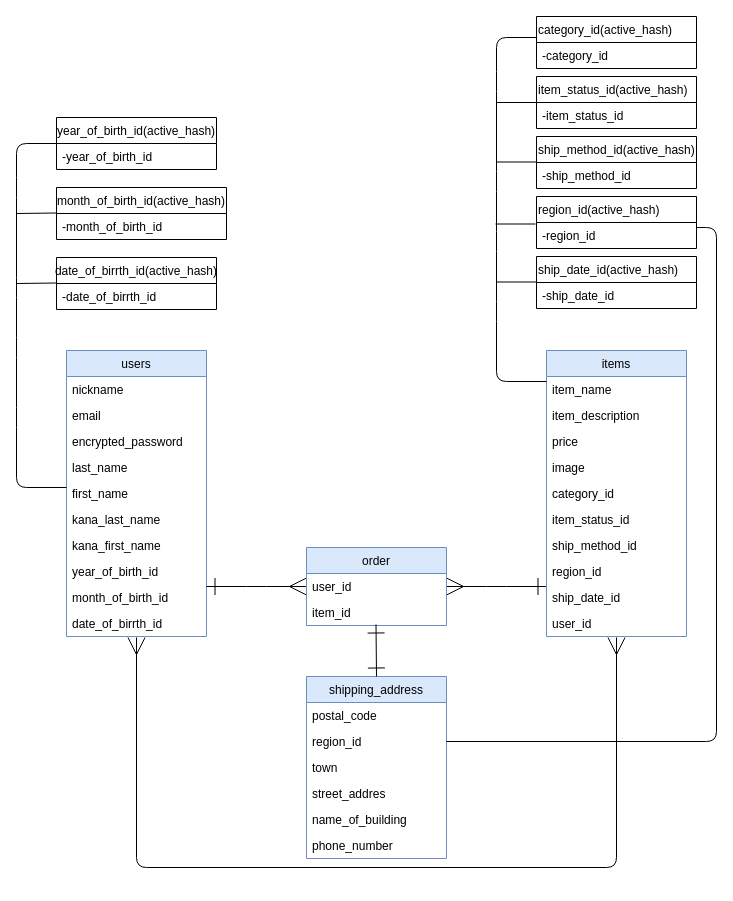
Above: ER.dio in zskzsk92/furima-38721 (draw.io), before the change. Source tidied: cells renumbered, new cells numbered last; positions are measured from the earlier drawing's top-left corner, leaving out a move shared by most shapes. Both pictures are drawn from the tidied source at 100%, with x=0, y=0 at pixel (16, 16).
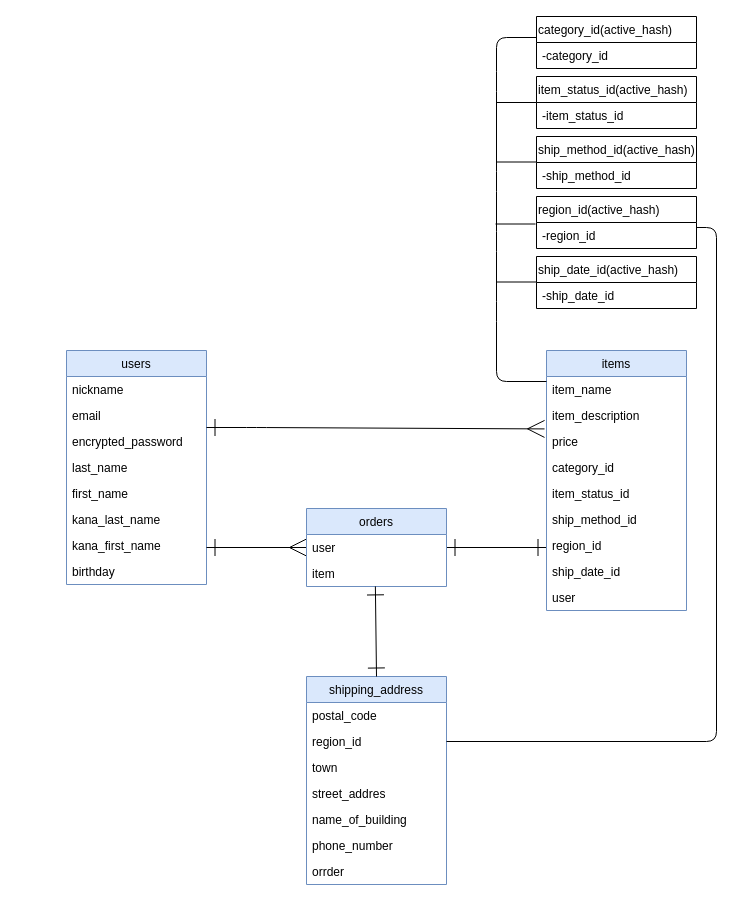
The same page after the edit.

Commit message (it also covers changes not shown here):
ER図・READMEの修正2

The change refers to these unchanged cells:
```xml
<mxCell id="8" value="first_name" style="text;strokeColor=none;fillColor=none;align=left;verticalAlign=top;spacingLeft=4;spacingRight=4;overflow=hidden;points=[[0,0.5],[1,0.5]];portConstraint=eastwest;" parent="3" vertex="1">
  <mxGeometry y="130" width="140" height="26" as="geometry" />
</mxCell>
<mxCell id="17" value="item_description&#10;" style="text;strokeColor=none;fillColor=none;align=left;verticalAlign=top;spacingLeft=4;spacingRight=4;overflow=hidden;points=[[0,0.5],[1,0.5]];portConstraint=eastwest;" parent="15" vertex="1">
  <mxGeometry y="52" width="140" height="26" as="geometry" />
</mxCell>
```

Diff of the diagram source:
```diff
@@
-    <mxCell id="2" style="edgeStyle=none;html=1;startArrow=ERmany;startFill=0;endArrow=ERmany;endFill=0;startSize=15;endSize=15;" parent="1" edge="1">
-      <mxGeometry relative="1" as="geometry">
-        <mxPoint x="120" y="621" as="sourcePoint" />
-        <mxPoint x="600" y="621" as="targetPoint" />
-        <Array as="points">
-          <mxPoint x="120" y="851" />
-          <mxPoint x="600" y="851" />
-        </Array>
-      </mxGeometry>
-    </mxCell>
     <mxCell id="3" value="users" style="swimlane;fontStyle=0;horizontal=1;startSize=26;fillColor=#dae8fc;strokeColor=#6c8ebf;" parent="1" vertex="1">
-      <mxGeometry x="50" y="334" width="140" height="286" as="geometry" />
+      <mxGeometry x="50" y="334" width="140" height="234" as="geometry" />
     </mxCell>
@@
-    <mxCell id="11" value="year_of_birth_id" style="text;strokeColor=none;fillColor=none;align=left;verticalAlign=top;spacingLeft=4;spacingRight=4;overflow=hidden;" parent="3" vertex="1">
+    <mxCell id="11" value="birthday" style="text;strokeColor=none;fillColor=none;align=left;verticalAlign=top;spacingLeft=4;spacingRight=4;overflow=hidden;" parent="3" vertex="1">
       <mxGeometry y="208" width="140" height="26" as="geometry" />
     </mxCell>
-    <mxCell id="12" value="month_of_birth_id" style="text;strokeColor=none;fillColor=none;align=left;verticalAlign=top;spacingLeft=4;spacingRight=4;overflow=hidden;" parent="3" vertex="1">
-      <mxGeometry y="234" width="140" height="26" as="geometry" />
-    </mxCell>
-    <mxCell id="13" value="date_of_birrth_id" style="text;strokeColor=none;fillColor=none;align=left;verticalAlign=top;spacingLeft=4;spacingRight=4;overflow=hidden;" parent="3" vertex="1">
-      <mxGeometry y="260" width="140" height="26" as="geometry" />
-    </mxCell>
-    <mxCell id="14" style="edgeStyle=none;html=1;startArrow=ERone;startFill=0;endArrow=ERmany;endFill=0;endSize=15;startSize=15;exitX=0;exitY=0.077;exitDx=0;exitDy=0;exitPerimeter=0;entryX=1;entryY=0.5;entryDx=0;entryDy=0;" parent="1" edge="1" source="24" target="60">
+    <mxCell id="14" style="edgeStyle=none;html=1;startArrow=ERone;startFill=0;endArrow=ERone;endFill=0;endSize=15;startSize=15;entryX=1;entryY=0.5;entryDx=0;entryDy=0;" parent="1" edge="1" target="60">
       <mxGeometry relative="1" as="geometry">
-        <Array as="points">
-          <mxPoint x="480" y="570" />
-        </Array>
+        <mxPoint x="530" y="531" as="sourcePoint" />
       </mxGeometry>
     </mxCell>
     <mxCell id="15" value="items" style="swimlane;fontStyle=0;horizontal=1;startSize=26;fillColor=#dae8fc;strokeColor=#6c8ebf;" parent="1" vertex="1">
-      <mxGeometry x="530" y="334" width="140" height="286" as="geometry" />
+      <mxGeometry x="530" y="334" width="140" height="260" as="geometry" />
     </mxCell>
@@
-    <mxCell id="19" value="image" style="text;strokeColor=none;fillColor=none;align=left;verticalAlign=top;spacingLeft=4;spacingRight=4;overflow=hidden;" parent="15" vertex="1">
-      <mxGeometry y="104" width="140" height="26" as="geometry" />
-    </mxCell>
     <mxCell id="20" value="category_id" style="text;strokeColor=none;fillColor=none;align=left;verticalAlign=top;spacingLeft=4;spacingRight=4;overflow=hidden;" parent="15" vertex="1">
-      <mxGeometry y="130" width="140" height="26" as="geometry" />
+      <mxGeometry y="104" width="140" height="26" as="geometry" />
     </mxCell>
     <mxCell id="21" value="item_status_id" style="text;strokeColor=none;fillColor=none;align=left;verticalAlign=top;spacingLeft=4;spacingRight=4;overflow=hidden;" parent="15" vertex="1">
-      <mxGeometry y="156" width="140" height="26" as="geometry" />
+      <mxGeometry y="130" width="140" height="26" as="geometry" />
     </mxCell>
     <mxCell id="22" value="ship_method_id" style="text;strokeColor=none;fillColor=none;align=left;verticalAlign=top;spacingLeft=4;spacingRight=4;overflow=hidden;" parent="15" vertex="1">
-      <mxGeometry y="182" width="140" height="26" as="geometry" />
+      <mxGeometry y="156" width="140" height="26" as="geometry" />
     </mxCell>
     <mxCell id="23" value="region_id" style="text;strokeColor=none;fillColor=none;align=left;verticalAlign=top;spacingLeft=4;spacingRight=4;overflow=hidden;" parent="15" vertex="1">
-      <mxGeometry y="208" width="140" height="26" as="geometry" />
+      <mxGeometry y="182" width="140" height="26" as="geometry" />
     </mxCell>
     <mxCell id="24" value="ship_date_id&#10;" style="text;strokeColor=none;fillColor=none;align=left;verticalAlign=top;spacingLeft=4;spacingRight=4;overflow=hidden;points=[[0,0.5],[1,0.5]];portConstraint=eastwest;" parent="15" vertex="1">
-      <mxGeometry y="234" width="140" height="26" as="geometry" />
+      <mxGeometry y="208" width="140" height="26" as="geometry" />
     </mxCell>
-    <mxCell id="25" value="user_id" style="text;strokeColor=none;fillColor=none;align=left;verticalAlign=top;spacingLeft=4;spacingRight=4;overflow=hidden;" parent="15" vertex="1">
-      <mxGeometry y="260" width="140" height="26" as="geometry" />
+    <mxCell id="25" value="user" style="text;strokeColor=none;fillColor=none;align=left;verticalAlign=top;spacingLeft=4;spacingRight=4;overflow=hidden;" parent="15" vertex="1">
+      <mxGeometry y="234" width="140" height="26" as="geometry" />
     </mxCell>
     <mxCell id="26" value="shipping_address" style="swimlane;fontStyle=0;horizontal=1;startSize=26;fillColor=#dae8fc;strokeColor=#6c8ebf;" parent="1" vertex="1">
-      <mxGeometry x="290" y="660" width="140" height="182" as="geometry" />
+      <mxGeometry x="290" y="660" width="140" height="208" as="geometry" />
     </mxCell>
@@
+    <mxCell id="64" value="orrder" style="text;strokeColor=none;fillColor=none;align=left;verticalAlign=top;spacingLeft=4;spacingRight=4;overflow=hidden;" parent="26" vertex="1">
+      <mxGeometry y="182" width="140" height="26" as="geometry" />
+    </mxCell>
     <mxCell id="33" style="edgeStyle=none;html=1;startArrow=ERmany;startFill=0;endArrow=ERone;endFill=0;endSize=15;startSize=15;exitX=0;exitY=0.5;exitDx=0;exitDy=0;" parent="1" edge="1" source="60">
       <mxGeometry relative="1" as="geometry">
-        <mxPoint x="190" y="570" as="targetPoint" />
-        <Array as="points">
-          <mxPoint x="240" y="570" />
-        </Array>
+        <mxPoint x="190" y="531" as="targetPoint" />
       </mxGeometry>
     </mxCell>
-    <mxCell id="34" value="year_of_birth_id(active_hash)" style="swimlane;fontStyle=0;horizontal=1;startSize=26;fillColor=none;" parent="1" vertex="1">
-      <mxGeometry x="40" y="101" width="160" height="52" as="geometry" />
-    </mxCell>
-    <mxCell id="35" value="-year_of_birth_id" style="text;strokeColor=none;fillColor=none;align=left;verticalAlign=top;spacingLeft=4;spacingRight=4;overflow=hidden;" parent="34" vertex="1">
-      <mxGeometry y="26" width="160" height="26" as="geometry" />
-    </mxCell>
-    <mxCell id="36" style="edgeStyle=none;html=1;strokeColor=none;" parent="1" edge="1" source="37">
-      <mxGeometry relative="1" as="geometry">
-        <mxPoint y="267" as="targetPoint" />
-        <Array as="points">
-          <mxPoint y="267" />
-        </Array>
-      </mxGeometry>
-    </mxCell>
-    <mxCell id="37" value="date_of_birrth_id(active_hash)" style="swimlane;fontStyle=0;horizontal=1;startSize=26;fillColor=none;" parent="1" vertex="1">
-      <mxGeometry x="40" y="241" width="160" height="52" as="geometry" />
-    </mxCell>
-    <mxCell id="38" value="-date_of_birrth_id" style="text;strokeColor=none;fillColor=none;align=left;verticalAlign=top;spacingLeft=4;spacingRight=4;overflow=hidden;" parent="37" vertex="1">
-      <mxGeometry y="26" width="160" height="26" as="geometry" />
-    </mxCell>
-    <mxCell id="39" value="month_of_birth_id(active_hash)" style="swimlane;fontStyle=0;horizontal=1;startSize=26;fillColor=none;" parent="1" vertex="1">
-      <mxGeometry x="40" y="171" width="170" height="52" as="geometry" />
-    </mxCell>
-    <mxCell id="40" value="-month_of_birth_id" style="text;strokeColor=none;fillColor=none;align=left;verticalAlign=top;spacingLeft=4;spacingRight=4;overflow=hidden;" parent="39" vertex="1">
-      <mxGeometry y="26" width="170" height="26" as="geometry" />
-    </mxCell>
-    <mxCell id="41" style="edgeStyle=none;html=1;exitX=0;exitY=0.269;exitDx=0;exitDy=0;exitPerimeter=0;entryX=0;entryY=0.5;entryDx=0;entryDy=0;endArrow=none;endFill=0;" parent="1" edge="1" source="8" target="34">
-      <mxGeometry relative="1" as="geometry">
-        <Array as="points">
-          <mxPoint y="471" />
-          <mxPoint y="401" />
-          <mxPoint y="331" />
-          <mxPoint y="271" />
-          <mxPoint y="171" />
-          <mxPoint y="127" />
-        </Array>
-      </mxGeometry>
-    </mxCell>
-    <mxCell id="42" style="edgeStyle=none;html=1;exitX=0;exitY=0.5;exitDx=0;exitDy=0;endArrow=none;endFill=0;" parent="1" edge="1">
-      <mxGeometry relative="1" as="geometry">
-        <mxPoint x="40" y="266.5" as="sourcePoint" />
-        <mxPoint y="267" as="targetPoint" />
-      </mxGeometry>
-    </mxCell>
-    <mxCell id="43" style="edgeStyle=none;html=1;exitX=0;exitY=0.5;exitDx=0;exitDy=0;endArrow=none;endFill=0;" parent="1" edge="1">
-      <mxGeometry relative="1" as="geometry">
-        <mxPoint x="40" y="196.5" as="sourcePoint" />
-        <mxPoint y="197" as="targetPoint" />
-      </mxGeometry>
-    </mxCell>
@@
-    <mxCell id="59" value="order" style="swimlane;fontStyle=0;horizontal=1;startSize=26;fillColor=#dae8fc;strokeColor=#6c8ebf;" parent="1" vertex="1">
-      <mxGeometry x="290" y="531" width="140" height="78" as="geometry" />
+    <mxCell id="59" value="orders" style="swimlane;fontStyle=0;horizontal=1;startSize=26;fillColor=#dae8fc;strokeColor=#6c8ebf;" parent="1" vertex="1">
+      <mxGeometry x="290" y="492" width="140" height="78" as="geometry" />
     </mxCell>
-    <mxCell id="60" value="user_id" style="text;strokeColor=none;fillColor=none;align=left;verticalAlign=top;spacingLeft=4;spacingRight=4;overflow=hidden;points=[[0,0.5],[1,0.5]];portConstraint=eastwest;" parent="59" vertex="1">
+    <mxCell id="60" value="user" style="text;strokeColor=none;fillColor=none;align=left;verticalAlign=top;spacingLeft=4;spacingRight=4;overflow=hidden;points=[[0,0.5],[1,0.5]];portConstraint=eastwest;" parent="59" vertex="1">
       <mxGeometry y="26" width="140" height="26" as="geometry" />
     </mxCell>
-    <mxCell id="61" value="item_id" style="text;strokeColor=none;fillColor=none;align=left;verticalAlign=top;spacingLeft=4;spacingRight=4;overflow=hidden;points=[[0,0.5],[1,0.5]];portConstraint=eastwest;" parent="59" vertex="1">
+    <mxCell id="61" value="item" style="text;strokeColor=none;fillColor=none;align=left;verticalAlign=top;spacingLeft=4;spacingRight=4;overflow=hidden;points=[[0,0.5],[1,0.5]];portConstraint=eastwest;" parent="59" vertex="1">
       <mxGeometry y="52" width="140" height="26" as="geometry" />
     </mxCell>
@@
-    <mxCell id="63" style="edgeStyle=none;html=1;startArrow=ERone;startFill=0;endArrow=ERone;endFill=0;endSize=15;startSize=15;entryX=0.5;entryY=0;entryDx=0;entryDy=0;" parent="1" edge="1" target="26">
-      <mxGeometry relative="1" as="geometry">
-        <mxPoint x="359.5" y="608" as="sourcePoint" />
-      </mxGeometry>
+    <mxCell id="63" style="edgeStyle=none;html=1;startArrow=ERone;startFill=0;endArrow=ERone;endFill=0;endSize=15;startSize=15;entryX=0.5;entryY=0;entryDx=0;entryDy=0;exitX=0.492;exitY=0.996;exitDx=0;exitDy=0;exitPerimeter=0;" parent="1" edge="1" source="61" target="26">
+      <mxGeometry relative="1" as="geometry" />
     </mxCell>
+    <mxCell id="65" style="edgeStyle=none;html=1;startArrow=ERmany;startFill=0;endArrow=ERone;endFill=0;endSize=15;startSize=15;exitX=-0.014;exitY=1.016;exitDx=0;exitDy=0;exitPerimeter=0;" parent="1" edge="1" source="17">
+      <mxGeometry relative="1" as="geometry">
+        <mxPoint x="190" y="411" as="targetPoint" />
+        <Array as="points">
+          <mxPoint x="240" y="411" />
+        </Array>
+      </mxGeometry>
+    </mxCell>
```
